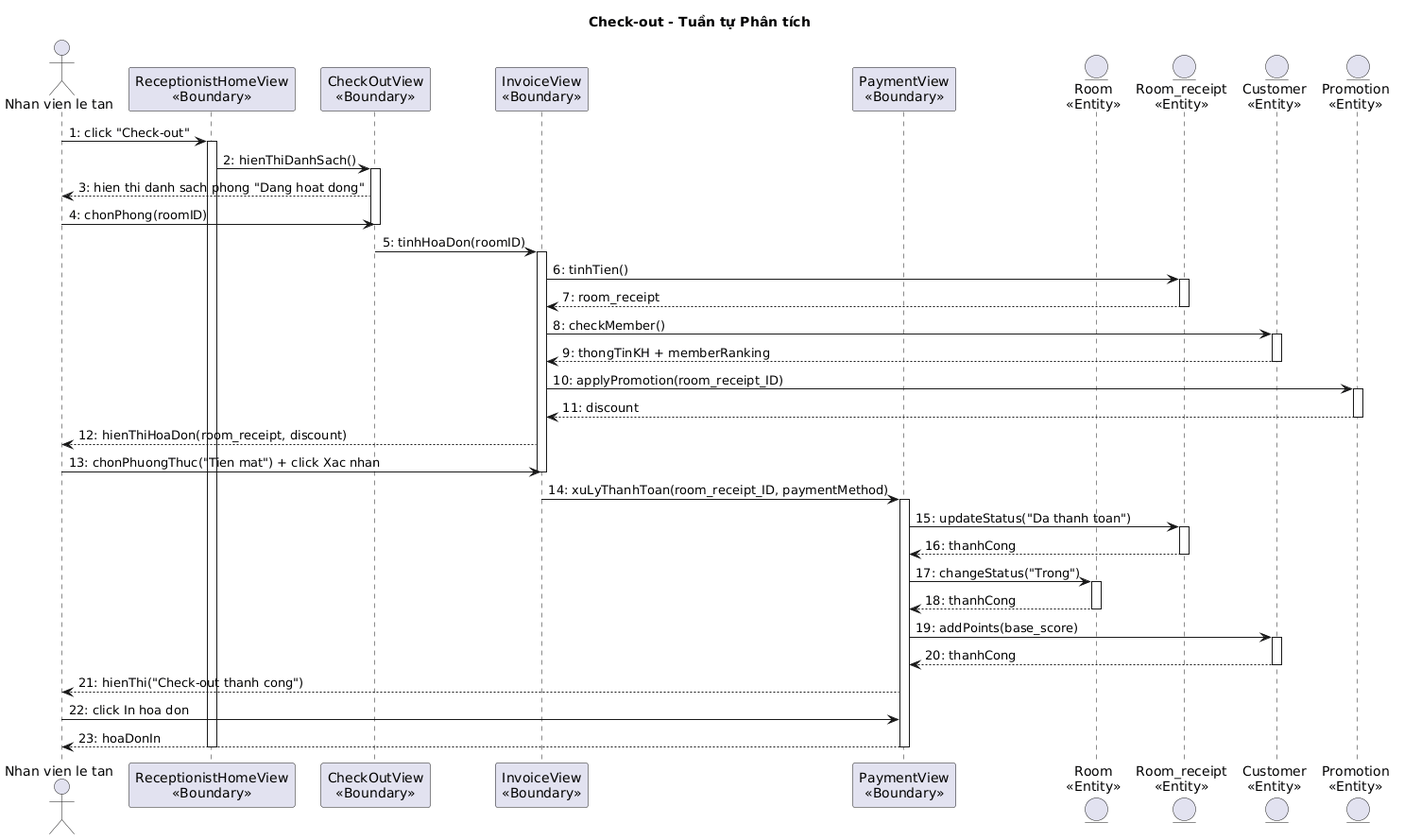
Before: output/diagrams/booking_aseq_checkout.png, a diagram exported from PlantUML (thanhtrnnn/cnpm). The source it was exported from:
```plantuml
@startuml
title Check-out - Tuần tự Phân tích

actor "Nhan vien le tan" as NV
participant "ReceptionistHomeView\n<<Boundary>>" as Home
participant "CheckOutView\n<<Boundary>>" as CheckOut
participant "InvoiceView\n<<Boundary>>" as Invoice
participant "PaymentView\n<<Boundary>>" as Payment
entity "Room\n<<Entity>>" as Room
entity "Room_receipt\n<<Entity>>" as RR
entity "Customer\n<<Entity>>" as Cust
entity "Promotion\n<<Entity>>" as Promo

NV -> Home : 1: click "Check-out"
activate Home
Home -> CheckOut : 2: hienThiDanhSach()
activate CheckOut
CheckOut --> NV : 3: hien thi danh sach phong "Dang hoat dong"
NV -> CheckOut : 4: chonPhong(roomID)
deactivate CheckOut
CheckOut -> Invoice : 5: tinhHoaDon(roomID)
activate Invoice
Invoice -> RR : 6: tinhTien()
activate RR
RR --> Invoice : 7: room_receipt
deactivate RR
Invoice -> Cust : 8: checkMember()
activate Cust
Cust --> Invoice : 9: thongTinKH + memberRanking
deactivate Cust
Invoice -> Promo : 10: applyPromotion(room_receipt_ID)
activate Promo
Promo --> Invoice : 11: discount
deactivate Promo
Invoice --> NV : 12: hienThiHoaDon(room_receipt, discount)
NV -> Invoice : 13: chonPhuongThuc("Tien mat") + click Xac nhan
deactivate Invoice
Invoice -> Payment : 14: xuLyThanhToan(room_receipt_ID, paymentMethod)
activate Payment
Payment -> RR : 15: updateStatus("Da thanh toan")
activate RR
RR --> Payment : 16: thanhCong
deactivate RR
Payment -> Room : 17: changeStatus("Trong")
activate Room
Room --> Payment : 18: thanhCong
deactivate Room
Payment -> Cust : 19: addPoints(base_score)
activate Cust
Cust --> Payment : 20: thanhCong
deactivate Cust
Payment --> NV : 21: hienThi("Check-out thanh cong")
NV -> Payment : 22: click In hoa don
Payment --> NV : 23: hoaDonIn
deactivate Payment
deactivate Home
@enduml
```
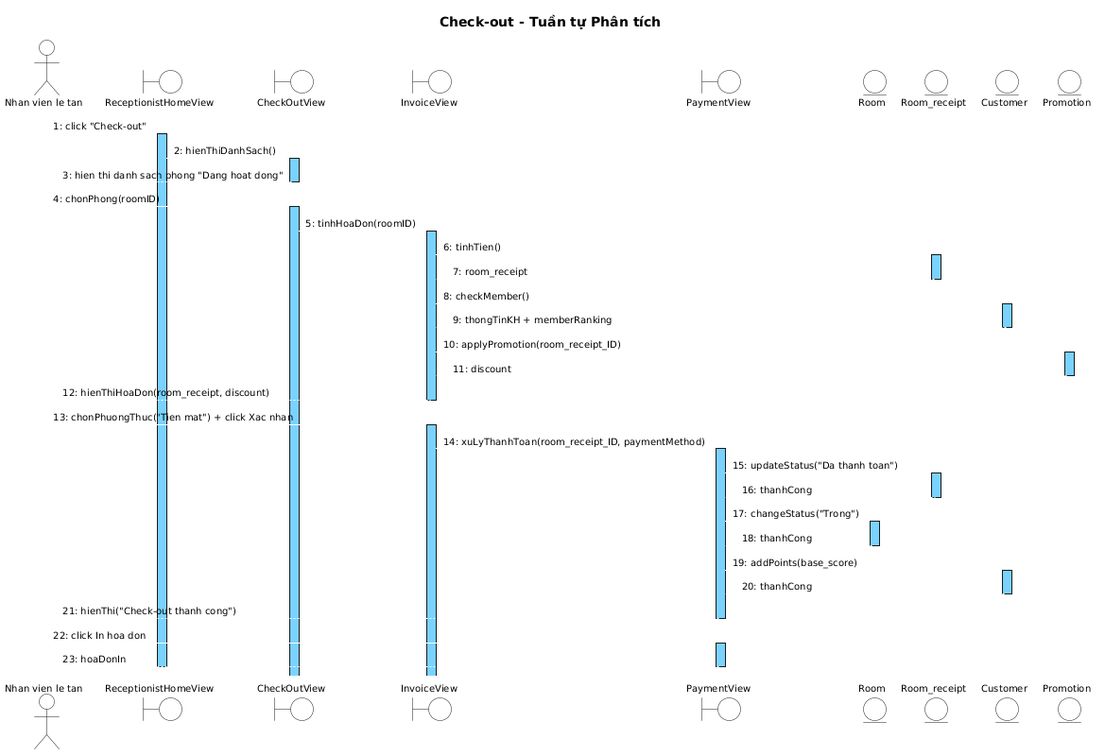
Later version of the same file.

Diff of the diagram source:
```diff
@@ -1,57 +1,86 @@
 @startuml
+skinparam shadowing false
+skinparam SequenceMessageAlign left
+skinparam SequenceLifeLineBackgroundColor #7AD2FF
+skinparam SequenceLifeLineBorderColor #000000
+
+<style>
+sequenceDiagram {
+  Shadowing 0
+  RoundCorner 0
+  FontName "Arial"
+  FontSize 10
+  FontColor #000000
+  participant { BackgroundColor #7AD2FF LineColor #000000 LineThickness 1 }
+  actor { BackgroundColor transparent LineColor #000000 }
+  boundary { BackgroundColor #7AD2FF LineColor #000000 }
+  control { BackgroundColor #7AD2FF LineColor #000000 }
+  entity { BackgroundColor #7AD2FF LineColor #000000 }
+  lifeline { LineColor #000000 LineStyle 5-5 }
+  arrow { LineColor #000000 LineThickness 1 FontSize 10 }
+}
+</style>
+
 title Check-out - Tuần tự Phân tích
 
 actor "Nhan vien le tan" as NV
-participant "ReceptionistHomeView\n<<Boundary>>" as Home
-participant "CheckOutView\n<<Boundary>>" as CheckOut
-participant "InvoiceView\n<<Boundary>>" as Invoice
-participant "PaymentView\n<<Boundary>>" as Payment
-entity "Room\n<<Entity>>" as Room
-entity "Room_receipt\n<<Entity>>" as RR
-entity "Customer\n<<Entity>>" as Cust
-entity "Promotion\n<<Entity>>" as Promo
+boundary ReceptionistHomeView
+boundary CheckOutView
+boundary InvoiceView
+boundary PaymentView
+entity Room
+entity Room_receipt
+entity Customer
+entity Promotion
 
-NV -> Home : 1: click "Check-out"
-activate Home
-Home -> CheckOut : 2: hienThiDanhSach()
-activate CheckOut
-CheckOut --> NV : 3: hien thi danh sach phong "Dang hoat dong"
-NV -> CheckOut : 4: chonPhong(roomID)
-deactivate CheckOut
-CheckOut -> Invoice : 5: tinhHoaDon(roomID)
-activate Invoice
-Invoice -> RR : 6: tinhTien()
-activate RR
-RR --> Invoice : 7: room_receipt
-deactivate RR
-Invoice -> Cust : 8: checkMember()
-activate Cust
-Cust --> Invoice : 9: thongTinKH + memberRanking
-deactivate Cust
-Invoice -> Promo : 10: applyPromotion(room_receipt_ID)
-activate Promo
-Promo --> Invoice : 11: discount
-deactivate Promo
-Invoice --> NV : 12: hienThiHoaDon(room_receipt, discount)
-NV -> Invoice : 13: chonPhuongThuc("Tien mat") + click Xac nhan
-deactivate Invoice
-Invoice -> Payment : 14: xuLyThanhToan(room_receipt_ID, paymentMethod)
-activate Payment
-Payment -> RR : 15: updateStatus("Da thanh toan")
-activate RR
-RR --> Payment : 16: thanhCong
-deactivate RR
-Payment -> Room : 17: changeStatus("Trong")
+NV -> ReceptionistHomeView : 1: click "Check-out"
+activate ReceptionistHomeView
+ReceptionistHomeView -> CheckOutView : 2: hienThiDanhSach()
+activate CheckOutView
+CheckOutView --> NV : 3: hien thi danh sach phong "Dang hoat dong"
+deactivate CheckOutView
+
+NV -> CheckOutView : 4: chonPhong(roomID)
+activate CheckOutView
+CheckOutView -> InvoiceView : 5: tinhHoaDon(roomID)
+activate InvoiceView
+InvoiceView -> Room_receipt : 6: tinhTien()
+activate Room_receipt
+Room_receipt --> InvoiceView : 7: room_receipt
+deactivate Room_receipt
+InvoiceView -> Customer : 8: checkMember()
+activate Customer
+Customer --> InvoiceView : 9: thongTinKH + memberRanking
+deactivate Customer
+InvoiceView -> Promotion : 10: applyPromotion(room_receipt_ID)
+activate Promotion
+Promotion --> InvoiceView : 11: discount
+deactivate Promotion
+InvoiceView --> NV : 12: hienThiHoaDon(room_receipt, discount)
+deactivate InvoiceView
+
+NV -> InvoiceView : 13: chonPhuongThuc("Tien mat") + click Xac nhan
+activate InvoiceView
+InvoiceView -> PaymentView : 14: xuLyThanhToan(room_receipt_ID, paymentMethod)
+activate PaymentView
+PaymentView -> Room_receipt : 15: updateStatus("Da thanh toan")
+activate Room_receipt
+Room_receipt --> PaymentView : 16: thanhCong
+deactivate Room_receipt
+PaymentView -> Room : 17: changeStatus("Trong")
 activate Room
-Room --> Payment : 18: thanhCong
+Room --> PaymentView : 18: thanhCong
 deactivate Room
-Payment -> Cust : 19: addPoints(base_score)
-activate Cust
-Cust --> Payment : 20: thanhCong
-deactivate Cust
-Payment --> NV : 21: hienThi("Check-out thanh cong")
-NV -> Payment : 22: click In hoa don
-Payment --> NV : 23: hoaDonIn
-deactivate Payment
-deactivate Home
+PaymentView -> Customer : 19: addPoints(base_score)
+activate Customer
+Customer --> PaymentView : 20: thanhCong
+deactivate Customer
+PaymentView --> NV : 21: hienThi("Check-out thanh cong")
+deactivate PaymentView
+
+NV -> PaymentView : 22: click In hoa don
+activate PaymentView
+PaymentView --> NV : 23: hoaDonIn
+deactivate PaymentView
+deactivate ReceptionistHomeView
 @enduml
```
